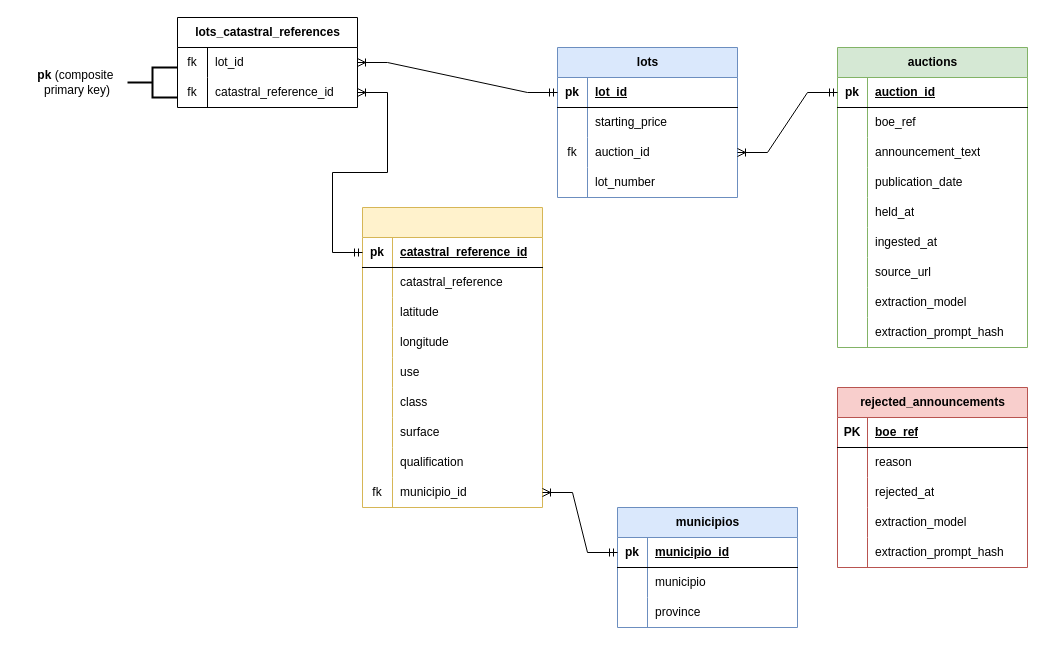
Before: data_modeling/OLAP/2.silver/E-R.drawio in MiguelDonado/subastas_analytics, a draw.io diagram. Source tidied: cells renumbered, new cells numbered last; positions are measured from the earlier drawing's top-left corner, leaving out a move shared by most shapes. Both pictures are drawn from the tidied source at 100%, with x=0, y=0 at pixel (17, 17).
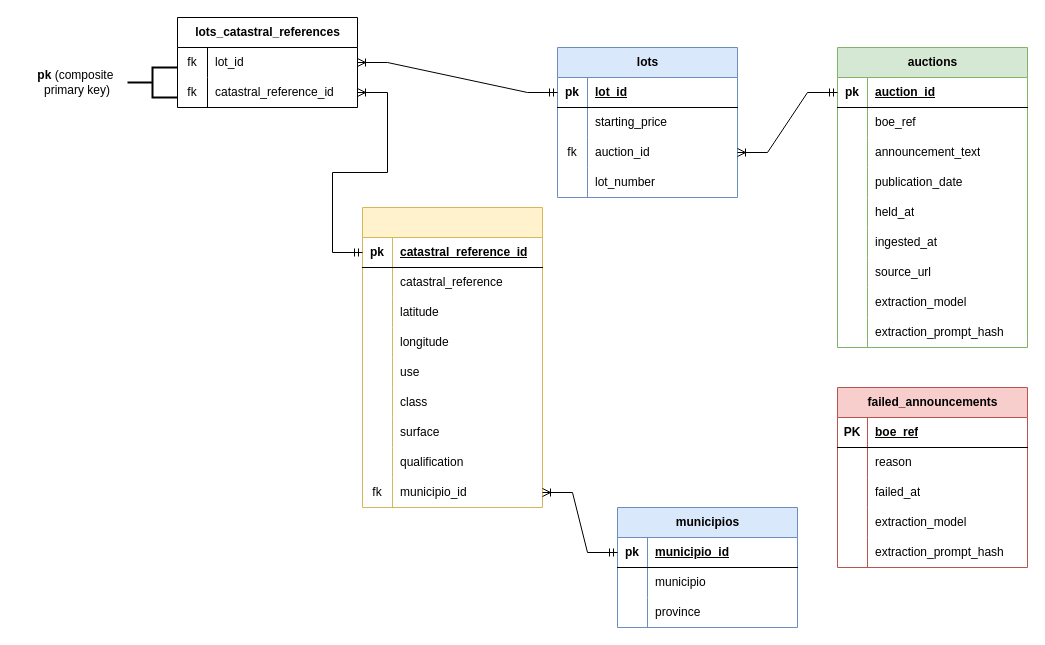
Above is the later version.

The change refers to these unchanged cells:
```xml
<mxCell id="101" style="shape=tableRow;horizontal=0;startSize=0;swimlaneHead=0;swimlaneBody=0;fillColor=none;top=0;left=0;right=0;bottom=0;" parent="94" vertex="1">
  <mxGeometry y="90" width="190" height="30" as="geometry" />
</mxCell>
```

Diff of the diagram source:
```diff
@@
-    <mxCell id="94" value="rejected_announcements" style="shape=table;startSize=30;childLayout=tableLayout;rowLines=0;fontStyle=1;align=center;html=1;fillColor=#f8cecc;strokeColor=#b85450;" parent="1" vertex="1">
+    <mxCell id="94" value="failed_announcements" style="shape=table;startSize=30;childLayout=tableLayout;rowLines=0;fontStyle=1;align=center;html=1;fillColor=#f8cecc;strokeColor=#b85450;" parent="1" vertex="1">
       <mxGeometry x="820" y="370" width="190" height="180" as="geometry" />
     </mxCell>
@@
-    <mxCell id="103" value="rejected_at" style="shape=partialRectangle;fillColor=none;top=0;left=0;bottom=0;right=0;align=left;spacingLeft=6;overflow=hidden;whiteSpace=wrap;html=1;" parent="101" vertex="1">
+    <mxCell id="103" value="failed_at" style="shape=partialRectangle;fillColor=none;top=0;left=0;bottom=0;right=0;align=left;spacingLeft=6;overflow=hidden;whiteSpace=wrap;html=1;" parent="101" vertex="1">
       <mxGeometry x="30" width="160" height="30" as="geometry" />
     </mxCell>
```
